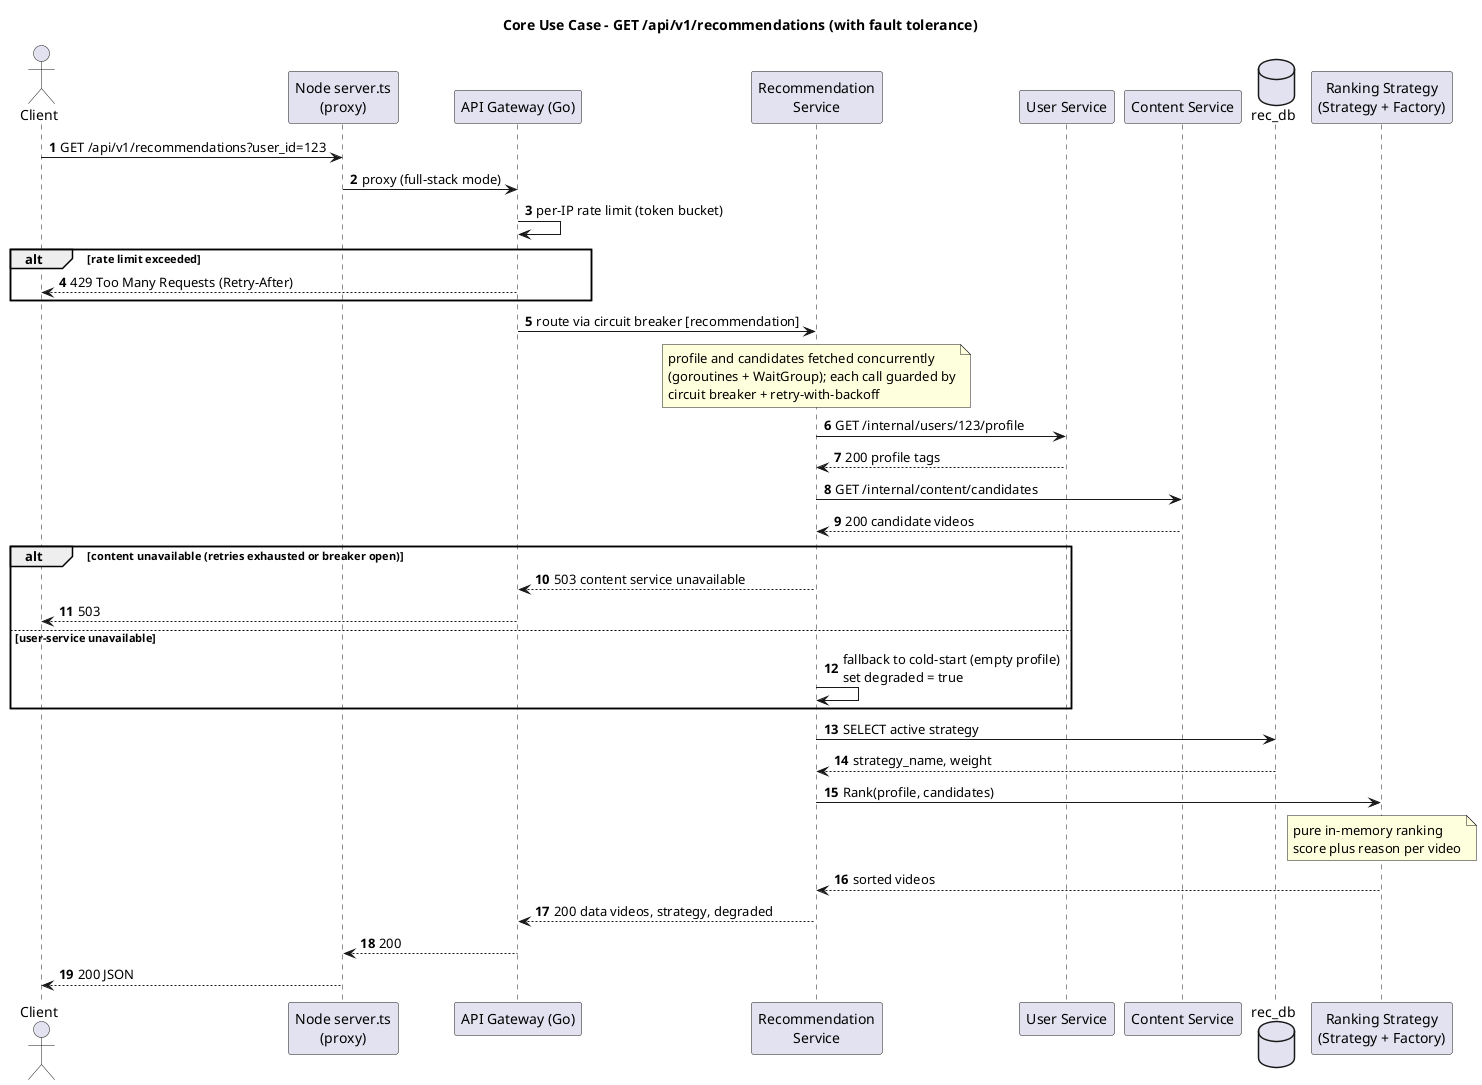
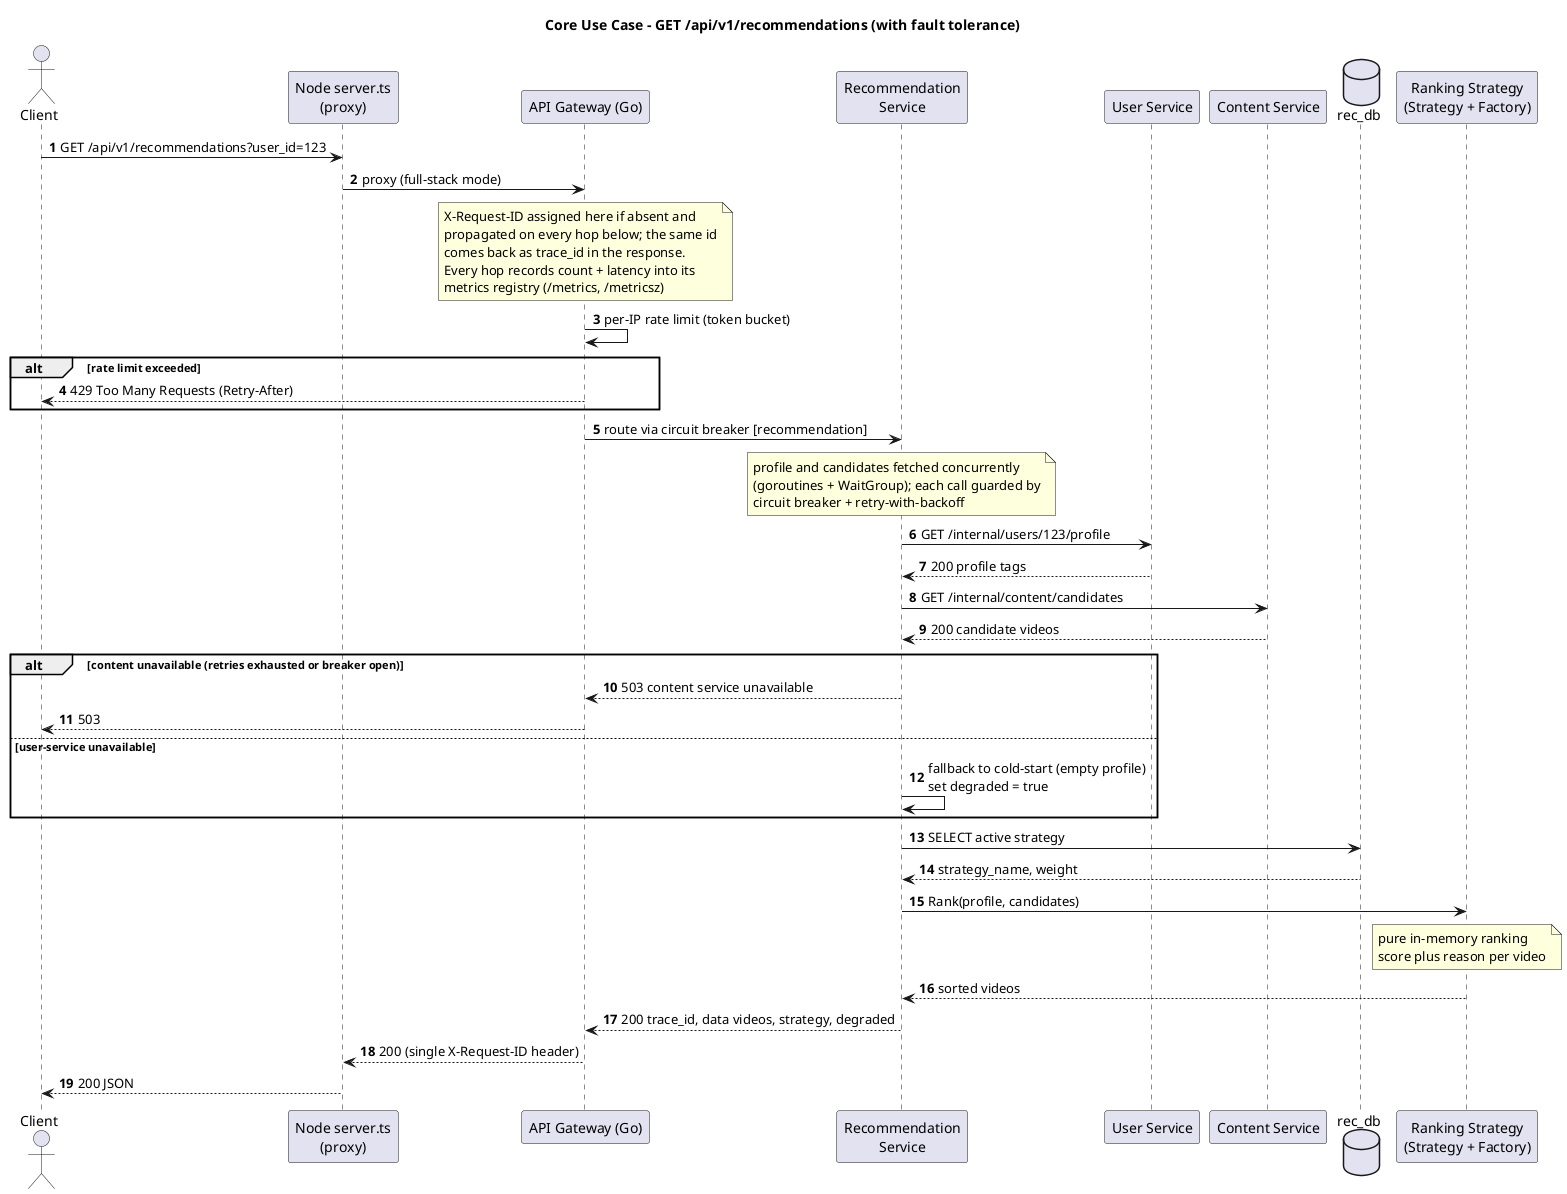
@startuml sequence-get-recommendations
title Core Use Case - GET /api/v1/recommendations (with fault tolerance)

skinparam shadowing false
autonumber

actor Client
participant "Node server.ts\n(proxy)" as BFF
participant "API Gateway (Go)" as GW
participant "Recommendation\nService" as REC
participant "User Service" as USR
participant "Content Service" as CNT
database "rec_db" as DB
participant "Ranking Strategy\n(Strategy + Factory)" as RNG

Client -> BFF : GET /api/v1/recommendations?user_id=123
BFF -> GW : proxy (full-stack mode)
+ 
+ note over GW : X-Request-ID assigned here if absent and\npropagated on every hop below; the same id\ncomes back as trace_id in the response.\nEvery hop records count + latency into its\nmetrics registry (/metrics, /metricsz)

GW -> GW : per-IP rate limit (token bucket)
alt rate limit exceeded
  GW --> Client : 429 Too Many Requests (Retry-After)
end

GW -> REC : route via circuit breaker [recommendation]

note over REC : profile and candidates fetched concurrently\n(goroutines + WaitGroup); each call guarded by\ncircuit breaker + retry-with-backoff
REC -> USR : GET /internal/users/123/profile
USR --> REC : 200 profile tags
REC -> CNT : GET /internal/content/candidates
CNT --> REC : 200 candidate videos

alt content unavailable (retries exhausted or breaker open)
  REC --> GW : 503 content service unavailable
  GW --> Client : 503
else user-service unavailable
  REC -> REC : fallback to cold-start (empty profile)\nset degraded = true
end

REC -> DB : SELECT active strategy
DB --> REC : strategy_name, weight
REC -> RNG : Rank(profile, candidates)
note over RNG : pure in-memory ranking\nscore plus reason per video
RNG --> REC : sorted videos
- REC --> GW : 200 data videos, strategy, degraded
- GW --> BFF : 200
+ REC --> GW : 200 trace_id, data videos, strategy, degraded
+ GW --> BFF : 200 (single X-Request-ID header)
BFF --> Client : 200 JSON
@enduml
